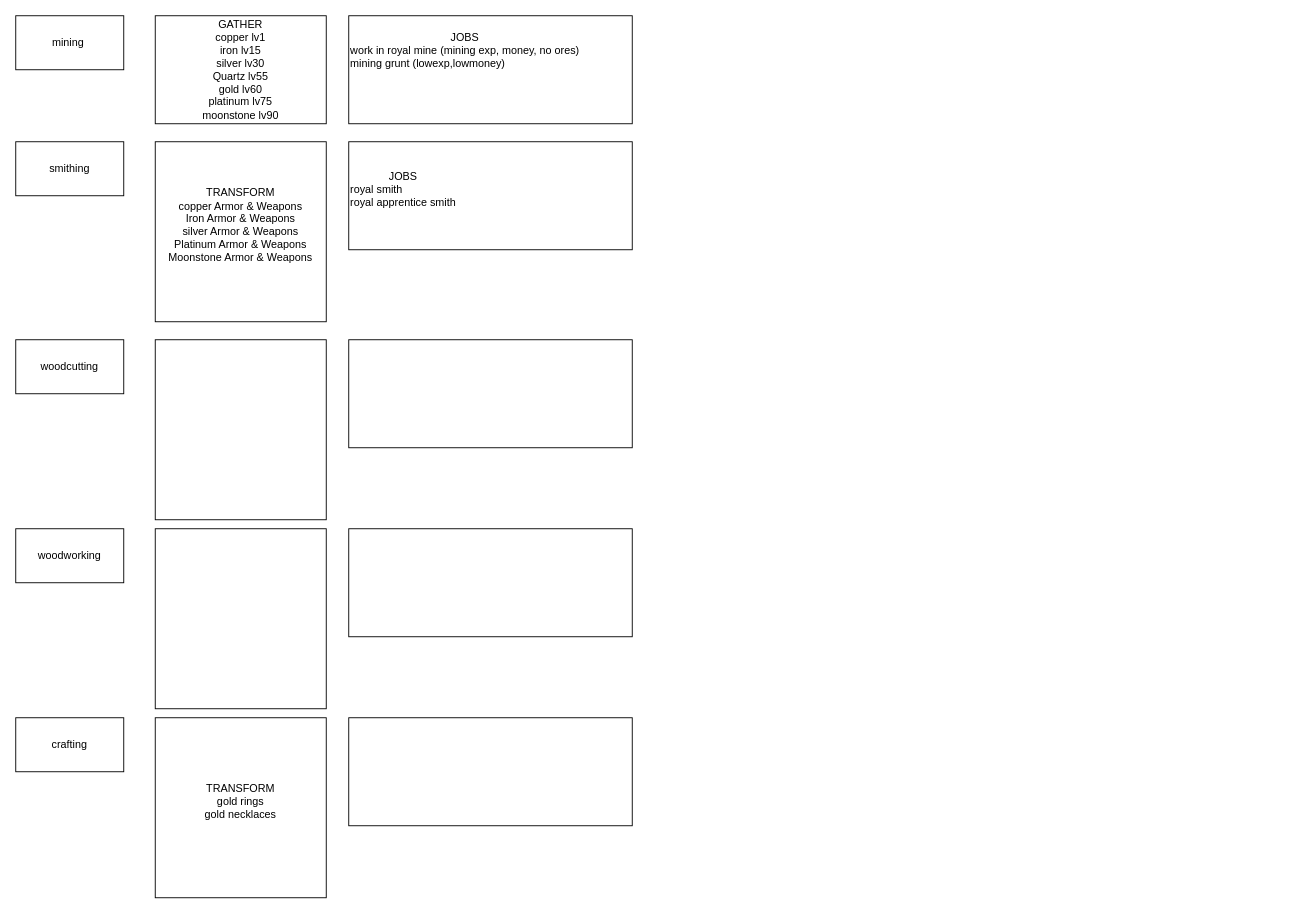
moonwellfrontenddev/drawio_game_graph keeps this draw.io diagram as Untitled Diagram.drawio. Above is the earlier version. Source tidied: cells renumbered, new cells numbered last; positions are measured from the earlier drawing's top-left corner, leaving out a move shared by most shapes. Both pictures are drawn from the tidied source at 90%, with x=0, y=0 at pixel (15, 15).
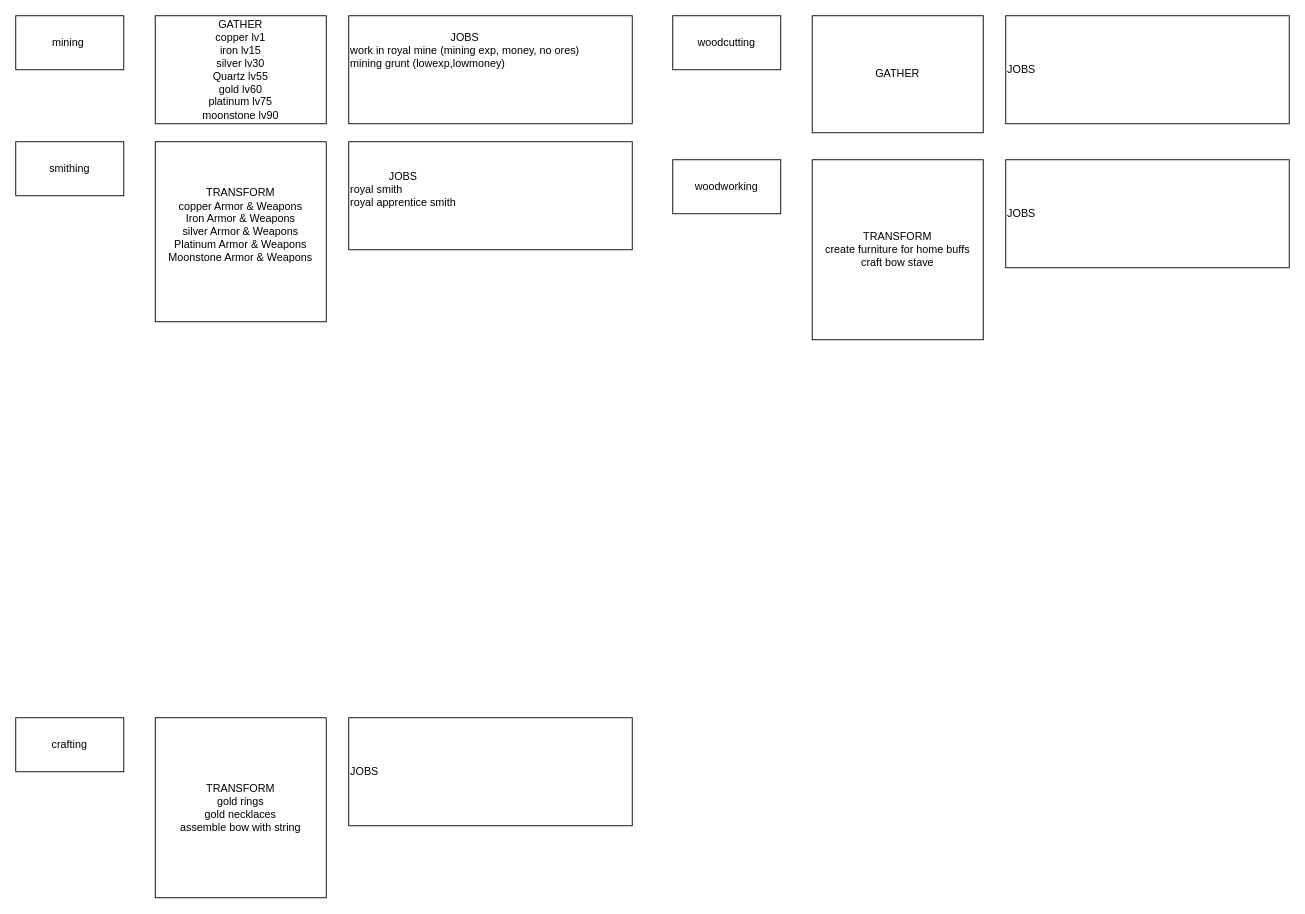
The same page after the edit.

Commit message:
expand diagram

What changed in the source:
```diff
@@
 <mxGraphModel>
   <root>
     <mxCell id="0" />
     <mxCell id="1" parent="0" />
     <mxCell id="2" value="&lt;div&gt;mining&amp;nbsp;&lt;/div&gt;" style="rounded=0;whiteSpace=wrap;html=1;" parent="1" vertex="1">
       <mxGeometry width="120" height="60" as="geometry" />
     </mxCell>
     <mxCell id="3" value="smithing" style="rounded=0;whiteSpace=wrap;html=1;" parent="1" vertex="1">
       <mxGeometry y="140" width="120" height="60" as="geometry" />
     </mxCell>
     <mxCell id="4" value="&lt;div&gt;GATHER&lt;/div&gt;&lt;div&gt;copper lv1&lt;/div&gt;&lt;div&gt;iron lv15&lt;/div&gt;&lt;div&gt;silver lv30&lt;/div&gt;&lt;div&gt;Quartz lv55&lt;/div&gt;&lt;div&gt;gold lv60&lt;/div&gt;&lt;div&gt;platinum lv75&lt;/div&gt;&lt;div&gt;moonstone lv90&lt;/div&gt;" style="rounded=0;whiteSpace=wrap;html=1;" parent="1" vertex="1">
       <mxGeometry x="155" width="190" height="120" as="geometry" />
     </mxCell>
     <mxCell id="5" value="&lt;div align=&quot;center&quot;&gt;JOBS&lt;/div&gt;&lt;div&gt;work in royal mine (mining exp, money, no ores)&lt;/div&gt;&lt;div&gt;mining grunt (lowexp,lowmoney)&lt;/div&gt;&lt;div&gt;&lt;br&gt;&lt;/div&gt;&lt;div&gt;&lt;br&gt;&lt;/div&gt;&lt;div&gt;&lt;br&gt;&lt;/div&gt;" style="rounded=0;whiteSpace=wrap;html=1;align=left;gradientColor=none;" parent="1" vertex="1">
       <mxGeometry x="370" width="315" height="120" as="geometry" />
     </mxCell>
     <mxCell id="6" value="&lt;div&gt;TRANSFORM&lt;/div&gt;&lt;div&gt;copper Armor &amp;amp; Weapons&lt;/div&gt;&lt;div&gt;Iron Armor &amp;amp; Weapons&lt;/div&gt;&lt;div&gt;silver Armor &amp;amp; Weapons&lt;/div&gt;&lt;div&gt;&lt;div&gt;Platinum Armor &amp;amp; Weapons&lt;/div&gt;&lt;div&gt;Moonstone Armor &amp;amp; Weapons&lt;/div&gt;&lt;br&gt;&lt;/div&gt;" style="rounded=0;whiteSpace=wrap;html=1;" parent="1" vertex="1">
       <mxGeometry x="155" y="140" width="190" height="200" as="geometry" />
     </mxCell>
     <mxCell id="7" value="&lt;div align=&quot;center&quot;&gt;JOBS&lt;/div&gt;&lt;div&gt;royal smith&lt;/div&gt;&lt;div&gt;royal apprentice smith&lt;/div&gt;&lt;div&gt;&lt;br&gt;&lt;/div&gt;" style="rounded=0;whiteSpace=wrap;html=1;align=left;gradientColor=none;" parent="1" vertex="1">
       <mxGeometry x="370" y="140" width="315" height="120" as="geometry" />
     </mxCell>
     <mxCell id="8" value="woodcutting" style="rounded=0;whiteSpace=wrap;html=1;" parent="1" vertex="1">
-      <mxGeometry y="360" width="120" height="60" as="geometry" />
+      <mxGeometry x="730" width="120" height="60" as="geometry" />
     </mxCell>
-    <mxCell id="9" style="rounded=0;whiteSpace=wrap;html=1;" parent="1" vertex="1">
-      <mxGeometry x="155" y="360" width="190" height="200" as="geometry" />
+    <mxCell id="9" value="GATHER" style="rounded=0;whiteSpace=wrap;html=1;" parent="1" vertex="1">
+      <mxGeometry x="885" width="190" height="130" as="geometry" />
     </mxCell>
-    <mxCell id="10" style="rounded=0;whiteSpace=wrap;html=1;align=left;gradientColor=none;" parent="1" vertex="1">
-      <mxGeometry x="370" y="360" width="315" height="120" as="geometry" />
+    <mxCell id="10" value="JOBS" style="rounded=0;whiteSpace=wrap;html=1;align=left;gradientColor=none;" parent="1" vertex="1">
+      <mxGeometry x="1100" width="315" height="120" as="geometry" />
     </mxCell>
     <mxCell id="11" value="woodworking" style="rounded=0;whiteSpace=wrap;html=1;" parent="1" vertex="1">
-      <mxGeometry y="570" width="120" height="60" as="geometry" />
+      <mxGeometry x="730" y="160" width="120" height="60" as="geometry" />
     </mxCell>
-    <mxCell id="12" style="rounded=0;whiteSpace=wrap;html=1;" parent="1" vertex="1">
-      <mxGeometry x="155" y="570" width="190" height="200" as="geometry" />
+    <mxCell id="12" value="&lt;div&gt;TRANSFORM&lt;/div&gt;&lt;div&gt;create furniture for home buffs&lt;/div&gt;&lt;div&gt;craft bow stave&lt;/div&gt;" style="rounded=0;whiteSpace=wrap;html=1;" parent="1" vertex="1">
+      <mxGeometry x="885" y="160" width="190" height="200" as="geometry" />
     </mxCell>
-    <mxCell id="13" style="rounded=0;whiteSpace=wrap;html=1;align=left;gradientColor=none;" parent="1" vertex="1">
-      <mxGeometry x="370" y="570" width="315" height="120" as="geometry" />
+    <mxCell id="13" value="JOBS&lt;span style=&quot;white-space: pre;&quot;&gt;&#9;&lt;/span&gt;" style="rounded=0;whiteSpace=wrap;html=1;align=left;gradientColor=none;" parent="1" vertex="1">
+      <mxGeometry x="1100" y="160" width="315" height="120" as="geometry" />
     </mxCell>
     <mxCell id="14" value="crafting" style="rounded=0;whiteSpace=wrap;html=1;" parent="1" vertex="1">
       <mxGeometry y="780" width="120" height="60" as="geometry" />
     </mxCell>
-    <mxCell id="15" value="&lt;div&gt;TRANSFORM&lt;/div&gt;&lt;div&gt;gold rings&lt;/div&gt;&lt;div&gt;gold necklaces&lt;/div&gt;&lt;div&gt;&lt;br&gt;&lt;/div&gt;" style="rounded=0;whiteSpace=wrap;html=1;" parent="1" vertex="1">
+    <mxCell id="15" value="&lt;div&gt;TRANSFORM&lt;/div&gt;&lt;div&gt;gold rings&lt;/div&gt;&lt;div&gt;gold necklaces&lt;/div&gt;&lt;div&gt;assemble bow with string&lt;/div&gt;" style="rounded=0;whiteSpace=wrap;html=1;" parent="1" vertex="1">
       <mxGeometry x="155" y="780" width="190" height="200" as="geometry" />
     </mxCell>
-    <mxCell id="16" style="rounded=0;whiteSpace=wrap;html=1;align=left;gradientColor=none;" parent="1" vertex="1">
+    <mxCell id="16" value="JOBS" style="rounded=0;whiteSpace=wrap;html=1;align=left;gradientColor=none;" parent="1" vertex="1">
       <mxGeometry x="370" y="780" width="315" height="120" as="geometry" />
     </mxCell>
   </root>
 </mxGraphModel>
```
